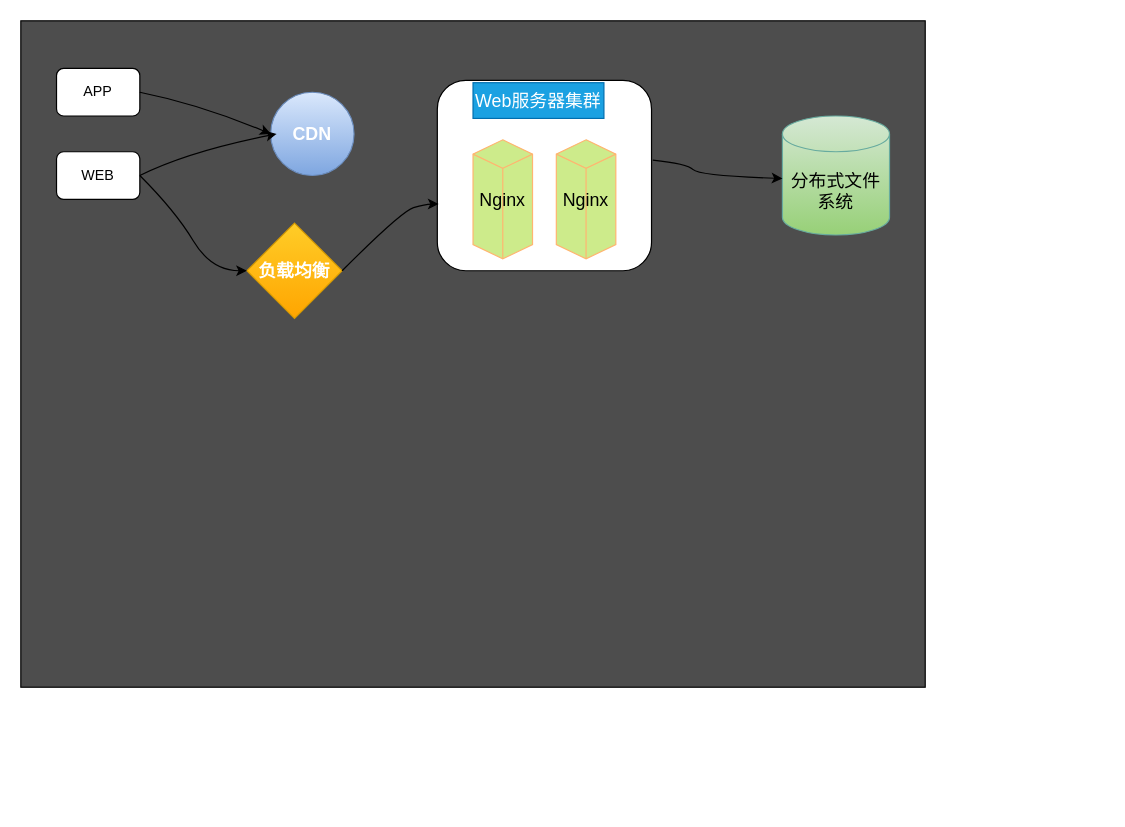
This is cloudbirds/整体全景应用架构模型3.0.drawio from luoyongshun/framework, a draw.io file, before an edit. Source tidied: cells renumbered, new cells numbered last; positions are measured from the earlier drawing's top-left corner, leaving out a move shared by most shapes. Both pictures are drawn from the tidied source at 119%, with x=0, y=0 at pixel (20, 20).
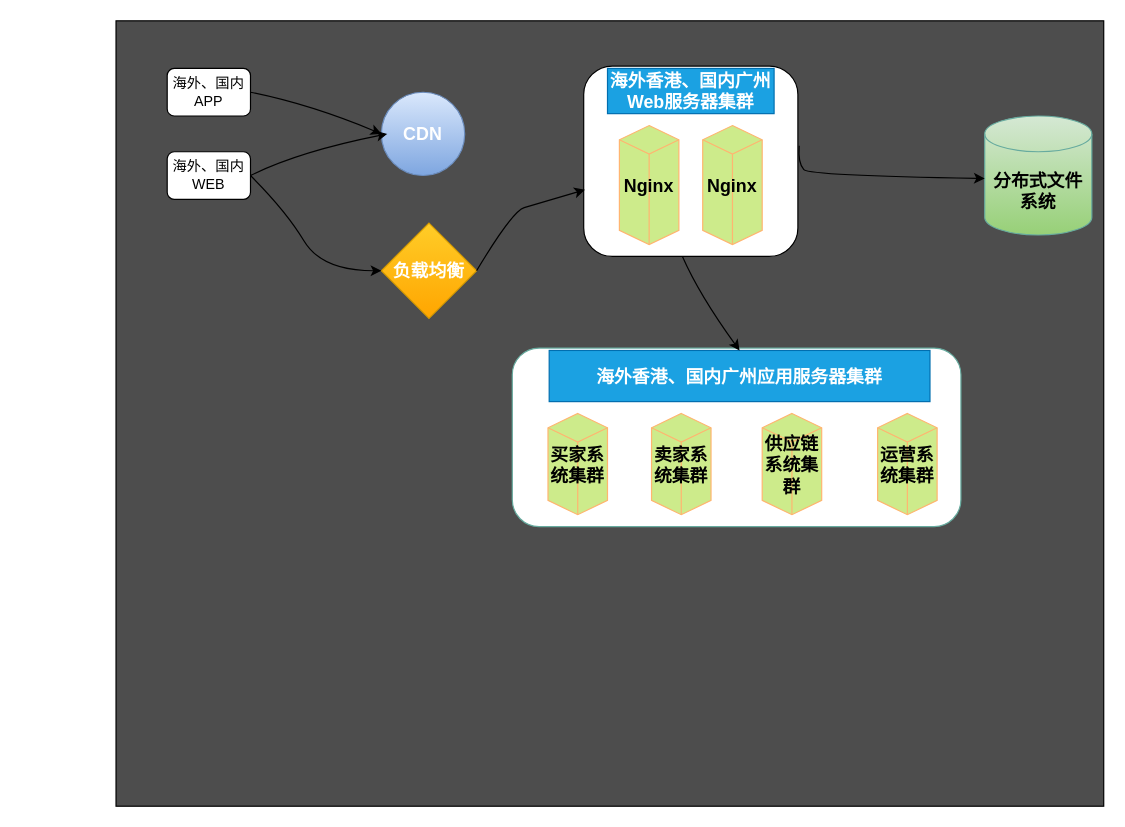
The same diagram, later.

Commit message (it also covers changes not shown here):
更新整体全景应用架构模型3.0.drawio

What changed in the source:
```diff
@@
     <mxCell id="2" style="rounded=0;whiteSpace=wrap;html=1;fillColor=#4D4D4D;" parent="1" vertex="1">
-      <mxGeometry width="760" height="560" as="geometry" />
+      <mxGeometry x="80" width="830" height="660" as="geometry" />
     </mxCell>
-    <mxCell id="3" value="APP" style="rounded=1;whiteSpace=wrap;html=1;" parent="1" vertex="1">
-      <mxGeometry x="30" y="40" width="70" height="40" as="geometry" />
+    <mxCell id="3" value="海外、国内APP" style="rounded=1;whiteSpace=wrap;html=1;" parent="1" vertex="1">
+      <mxGeometry x="123" y="40" width="70" height="40" as="geometry" />
     </mxCell>
-    <mxCell id="4" value="WEB" style="rounded=1;whiteSpace=wrap;html=1;" parent="1" vertex="1">
-      <mxGeometry x="30" y="110" width="70" height="40" as="geometry" />
+    <mxCell id="4" value="海外、国内WEB" style="rounded=1;whiteSpace=wrap;html=1;" parent="1" vertex="1">
+      <mxGeometry x="123" y="110" width="70" height="40" as="geometry" />
     </mxCell>
     <mxCell id="5" style="verticalLabelPosition=bottom;verticalAlign=top;html=1;shape=mxgraph.flowchart.on-page_reference;fillColor=#dae8fc;gradientColor=#7ea6e0;strokeColor=#6c8ebf;" parent="1" vertex="1">
-      <mxGeometry x="210" y="60" width="70" height="70" as="geometry" />
+      <mxGeometry x="303" y="60" width="70" height="70" as="geometry" />
     </mxCell>
     <mxCell id="6" value="&lt;font size=&quot;1&quot; color=&quot;#ffffff&quot;&gt;&lt;b style=&quot;font-size: 15px;&quot;&gt;负载均衡&lt;/b&gt;&lt;/font&gt;" style="rhombus;whiteSpace=wrap;html=1;fillColor=#ffcd28;gradientColor=#ffa500;strokeColor=#d79b00;" parent="1" vertex="1">
-      <mxGeometry x="190" y="170" width="80" height="80" as="geometry" />
+      <mxGeometry x="303" y="170" width="80" height="80" as="geometry" />
     </mxCell>
     <mxCell id="7" style="curved=1;endArrow=classic;html=1;rounded=0;fontColor=#FFFFFF;entryX=0;entryY=0.5;entryDx=0;entryDy=0;entryPerimeter=0;exitX=1;exitY=0.5;exitDx=0;exitDy=0;" parent="1" edge="1" source="3" target="5">
       <mxGeometry relative="1" as="geometry">
         <Array as="points">
-          <mxPoint x="150" y="70" />
+          <mxPoint x="243" y="70" />
         </Array>
       </mxGeometry>
     </mxCell>
     <mxCell id="8" style="curved=1;endArrow=classic;html=1;rounded=0;fontColor=#FFFFFF;exitX=1;exitY=0.5;exitDx=0;exitDy=0;entryX=0;entryY=0.5;entryDx=0;entryDy=0;" parent="1" edge="1" source="4" target="6">
       <mxGeometry relative="1" as="geometry">
         <Array as="points">
-          <mxPoint x="130" y="160" />
-          <mxPoint x="160" y="210" />
+          <mxPoint x="223" y="160" />
+          <mxPoint x="253" y="210" />
         </Array>
       </mxGeometry>
     </mxCell>
     <mxCell id="9" value="&lt;b&gt;&lt;font style=&quot;font-size: 15px;&quot;&gt;CDN&lt;/font&gt;&lt;/b&gt;" style="text;html=1;strokeColor=none;fillColor=none;align=center;verticalAlign=middle;whiteSpace=wrap;rounded=0;fontColor=#FFFFFF;" parent="1" vertex="1">
-      <mxGeometry x="215" y="80" width="60" height="30" as="geometry" />
+      <mxGeometry x="308" y="80" width="60" height="30" as="geometry" />
     </mxCell>
     <mxCell id="10" style="rounded=1;whiteSpace=wrap;html=1;fontColor=#FFFFFF;fillColor=#FFFFFF;" parent="1" vertex="1">
-      <mxGeometry x="350" y="50" width="180" height="160" as="geometry" />
+      <mxGeometry x="473" y="38" width="180" height="160" as="geometry" />
     </mxCell>
     <mxCell id="11" value="Text" style="text;html=1;strokeColor=none;fillColor=none;align=center;verticalAlign=middle;whiteSpace=wrap;rounded=0;fontColor=#FFFFFF;" parent="1" vertex="1">
-      <mxGeometry x="410" y="70" width="60" height="30" as="geometry" />
+      <mxGeometry x="503" y="70" width="60" height="30" as="geometry" />
     </mxCell>
-    <mxCell id="12" value="&lt;font style=&quot;font-size: 15px;&quot;&gt;Web服务器集群&lt;/font&gt;" style="text;html=1;strokeColor=#006EAF;fillColor=#1ba1e2;align=center;verticalAlign=middle;whiteSpace=wrap;rounded=0;fontColor=#ffffff;" parent="1" vertex="1">
-      <mxGeometry x="380" y="52" width="110" height="30" as="geometry" />
+    <mxCell id="12" value="&lt;font style=&quot;font-size: 15px;&quot;&gt;海外香港、国内广州Web服务器集群&lt;/font&gt;" style="text;html=1;strokeColor=#006EAF;fillColor=#1ba1e2;align=center;verticalAlign=middle;whiteSpace=wrap;rounded=0;fontColor=#ffffff;fontStyle=1;" parent="1" vertex="1">
+      <mxGeometry x="493" y="40" width="140" height="38" as="geometry" />
     </mxCell>
     <mxCell id="13" style="curved=1;endArrow=classic;html=1;rounded=0;fontColor=#000000;entryX=0.006;entryY=0.65;entryDx=0;entryDy=0;entryPerimeter=0;exitX=1;exitY=0.5;exitDx=0;exitDy=0;" parent="1" edge="1" source="6" target="10">
       <mxGeometry relative="1" as="geometry">
         <Array as="points">
-          <mxPoint x="320" y="160" />
-          <mxPoint x="340" y="154" />
+          <mxPoint x="413" y="160" />
+          <mxPoint x="433" y="154" />
         </Array>
       </mxGeometry>
     </mxCell>
-    <mxCell id="14" value="Nginx" style="html=1;whiteSpace=wrap;shape=isoCube2;backgroundOutline=1;isoAngle=15;fontSize=15;fillColor=#cdeb8b;strokeColor=#FFB570;" parent="1" vertex="1">
-      <mxGeometry x="380" y="100" width="50" height="100" as="geometry" />
+    <mxCell id="14" value="Nginx" style="html=1;whiteSpace=wrap;shape=isoCube2;backgroundOutline=1;isoAngle=15;fontSize=15;fillColor=#cdeb8b;strokeColor=#FFB570;fontStyle=1;" parent="1" vertex="1">
+      <mxGeometry x="503" y="88" width="50" height="100" as="geometry" />
     </mxCell>
-    <mxCell id="15" value="Nginx" style="html=1;whiteSpace=wrap;shape=isoCube2;backgroundOutline=1;isoAngle=15;fontSize=15;fillColor=#cdeb8b;strokeColor=#FFB570;" parent="1" vertex="1">
-      <mxGeometry x="450" y="100" width="50" height="100" as="geometry" />
+    <mxCell id="15" value="Nginx" style="html=1;whiteSpace=wrap;shape=isoCube2;backgroundOutline=1;isoAngle=15;fontSize=15;fillColor=#cdeb8b;strokeColor=#FFB570;fontStyle=1;" parent="1" vertex="1">
+      <mxGeometry x="573" y="88" width="50" height="100" as="geometry" />
     </mxCell>
     <mxCell id="16" style="curved=1;endArrow=classic;html=1;rounded=0;fontSize=15;fontColor=#000000;exitX=1;exitY=0.5;exitDx=0;exitDy=0;entryX=0;entryY=0.5;entryDx=0;entryDy=0;" parent="1" edge="1" source="4" target="9">
       <mxGeometry relative="1" as="geometry">
         <Array as="points">
-          <mxPoint x="140" y="110" />
+          <mxPoint x="233" y="110" />
         </Array>
       </mxGeometry>
     </mxCell>
-    <mxCell id="17" value="分布式文件系统" style="shape=cylinder3;whiteSpace=wrap;html=1;boundedLbl=1;backgroundOutline=1;size=15;fontSize=15;fillColor=#d5e8d4;strokeColor=#67AB9F;gradientColor=#97d077;" parent="1" vertex="1">
-      <mxGeometry x="640" y="80" width="90" height="100" as="geometry" />
+    <mxCell id="17" value="分布式文件系统" style="shape=cylinder3;whiteSpace=wrap;html=1;boundedLbl=1;backgroundOutline=1;size=15;fontSize=15;fillColor=#d5e8d4;strokeColor=#67AB9F;gradientColor=#97d077;fontStyle=1;" parent="1" vertex="1">
+      <mxGeometry x="810" y="80" width="90" height="100" as="geometry" />
     </mxCell>
     <mxCell id="18" style="curved=1;endArrow=classic;html=1;rounded=0;fontSize=15;fontColor=#000000;exitX=1.006;exitY=0.419;exitDx=0;exitDy=0;exitPerimeter=0;entryX=0;entryY=0;entryDx=0;entryDy=52.5;entryPerimeter=0;" parent="1" edge="1" source="10" target="17">
       <mxGeometry relative="1" as="geometry">
         <Array as="points">
-          <mxPoint x="560" y="120" />
-          <mxPoint x="570" y="130" />
+          <mxPoint x="653" y="120" />
+          <mxPoint x="663" y="130" />
         </Array>
       </mxGeometry>
     </mxCell>
+    <mxCell id="19" style="rounded=1;whiteSpace=wrap;html=1;strokeColor=#67AB9F;fontSize=15;fontColor=#000000;fillColor=#FFFFFF;" parent="1" vertex="1">
+      <mxGeometry x="413" y="275" width="377" height="150" as="geometry" />
+    </mxCell>
+    <mxCell id="20" value="海外香港、国内广州应用服务器集群" style="text;html=1;strokeColor=#006EAF;fillColor=#1ba1e2;align=center;verticalAlign=middle;whiteSpace=wrap;rounded=0;fontSize=15;fontColor=#ffffff;fontStyle=1;" parent="1" vertex="1">
+      <mxGeometry x="444" y="277" width="320" height="43" as="geometry" />
+    </mxCell>
+    <mxCell id="21" style="curved=1;endArrow=classic;html=1;rounded=0;fontSize=15;fontColor=#000000;entryX=0.5;entryY=0;entryDx=0;entryDy=0;exitX=0.461;exitY=1;exitDx=0;exitDy=0;exitPerimeter=0;" parent="1" edge="1" source="10" target="20">
+      <mxGeometry relative="1" as="geometry">
+        <Array as="points">
+          <mxPoint x="570" y="230" />
+        </Array>
+      </mxGeometry>
+    </mxCell>
+    <mxCell id="22" value="买家系统集群" style="html=1;whiteSpace=wrap;shape=isoCube2;backgroundOutline=1;isoAngle=15;fontSize=15;fillColor=#cdeb8b;strokeColor=#FFB570;fontStyle=1;" parent="1" vertex="1">
+      <mxGeometry x="443" y="330" width="50" height="85" as="geometry" />
+    </mxCell>
+    <mxCell id="23" value="卖家系统集群" style="html=1;whiteSpace=wrap;shape=isoCube2;backgroundOutline=1;isoAngle=15;fontSize=15;fillColor=#cdeb8b;strokeColor=#FFB570;fontStyle=1;" parent="1" vertex="1">
+      <mxGeometry x="530" y="330" width="50" height="85" as="geometry" />
+    </mxCell>
+    <mxCell id="24" value="供应链系统集群" style="html=1;whiteSpace=wrap;shape=isoCube2;backgroundOutline=1;isoAngle=15;fontSize=15;fillColor=#cdeb8b;strokeColor=#FFB570;fontStyle=1;" parent="1" vertex="1">
+      <mxGeometry x="623" y="330" width="50" height="85" as="geometry" />
+    </mxCell>
+    <mxCell id="25" value="运营系统集群" style="html=1;whiteSpace=wrap;shape=isoCube2;backgroundOutline=1;isoAngle=15;fontSize=15;fillColor=#cdeb8b;strokeColor=#FFB570;fontStyle=1;" parent="1" vertex="1">
+      <mxGeometry x="720" y="330" width="50" height="85" as="geometry" />
+    </mxCell>
```
